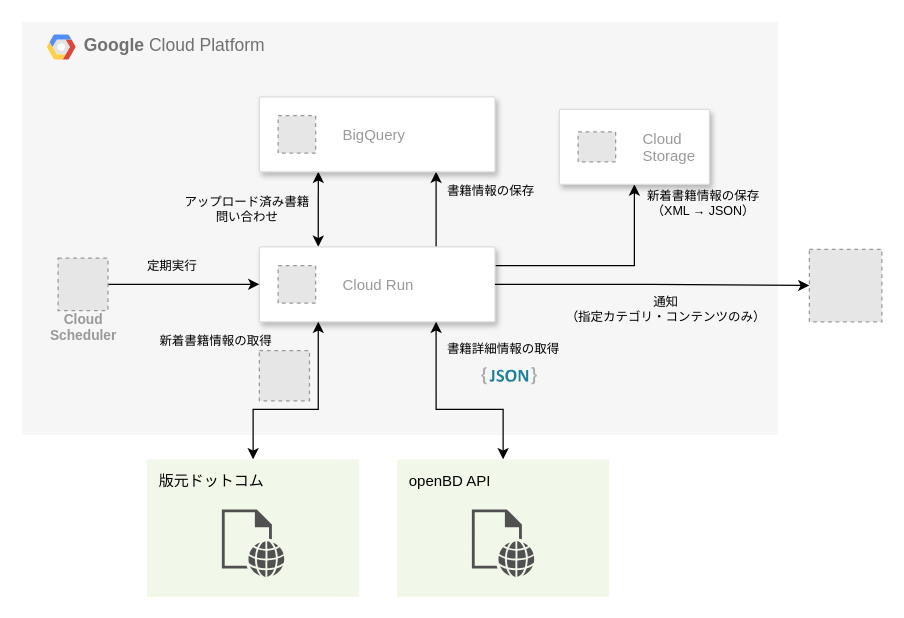
Earlier version of the draw.io diagram img/new-books-notification-architecture.drawio (tatamiya/new-books-notification). Source tidied: cells renumbered, new cells numbered last; positions are measured from the earlier drawing's top-left corner, leaving out a move shared by most shapes. Both pictures are drawn from the tidied source at 125%, with x=0, y=0 at pixel (21, 21). Pictures stored in the file or linked from it are replaced by grey dashed boxes.
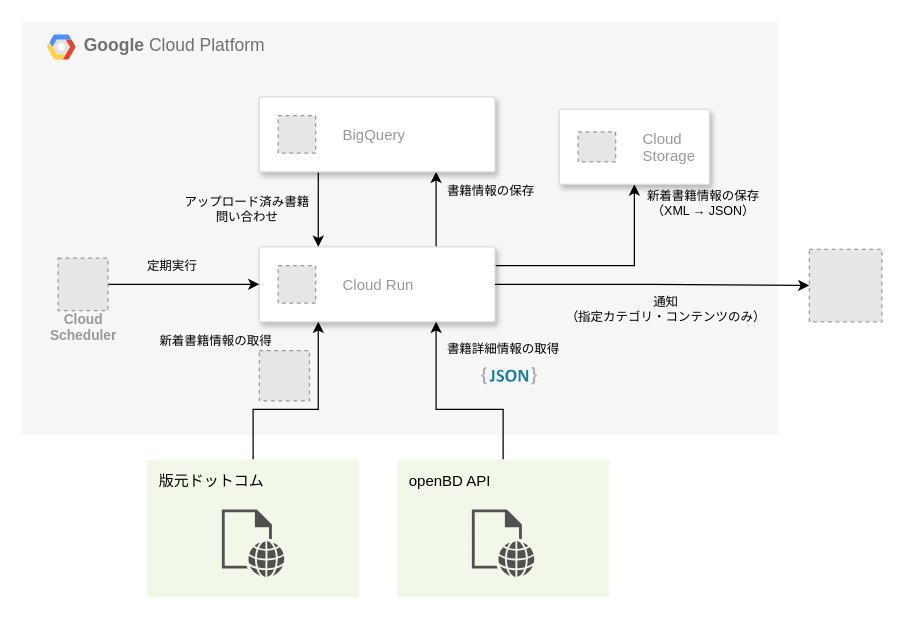
Above is the later version.

Commit message:
modify arrow direction

Unchanged cells that the change refers to:
```xml
<mxCell id="2" value="&lt;b&gt;Google &lt;/b&gt;Cloud Platform" style="fillColor=#F6F6F6;strokeColor=none;shadow=0;gradientColor=none;fontSize=14;align=left;spacing=10;fontColor=#717171;9E9E9E;verticalAlign=top;spacingTop=-4;fontStyle=0;spacingLeft=40;html=1;" parent="1" vertex="1">
  <mxGeometry width="605" height="330.5" as="geometry" />
</mxCell>
<mxCell id="7" style="strokeColor=#dddddd;shadow=1;strokeWidth=1;rounded=1;absoluteArcSize=1;arcSize=2;" parent="2" vertex="1">
  <mxGeometry x="190" y="180" width="188.5" height="59.9" as="geometry" />
</mxCell>
<mxCell id="11" style="strokeColor=#dddddd;shadow=1;strokeWidth=1;rounded=1;absoluteArcSize=1;arcSize=2;" parent="2" vertex="1">
  <mxGeometry x="190" y="60" width="188.5" height="59.9" as="geometry" />
</mxCell>
<mxCell id="24" value="&lt;font color=&quot;#000000&quot;&gt;版元ドットコム&lt;/font&gt;" style="rounded=1;absoluteArcSize=1;arcSize=2;html=1;strokeColor=none;gradientColor=none;shadow=0;dashed=0;fontSize=12;fontColor=#9E9E9E;align=left;verticalAlign=top;spacing=10;spacingTop=-4;fillColor=#F1F8E9;" parent="1" vertex="1">
  <mxGeometry x="100" y="350" width="170" height="110" as="geometry" />
</mxCell>
<mxCell id="28" value="&lt;font color=&quot;#000000&quot;&gt;openBD API&lt;/font&gt;" style="rounded=1;absoluteArcSize=1;arcSize=2;html=1;strokeColor=none;gradientColor=none;shadow=0;dashed=0;fontSize=12;fontColor=#9E9E9E;align=left;verticalAlign=top;spacing=10;spacingTop=-4;fillColor=#F1F8E9;" parent="1" vertex="1">
  <mxGeometry x="300" y="350" width="170" height="110" as="geometry" />
</mxCell>
```

The edit, as a diff of the source:
```diff
@@
-    <mxCell id="4" style="edgeStyle=orthogonalEdgeStyle;rounded=0;jettySize=auto;html=1;exitX=0.25;exitY=0;exitDx=0;exitDy=0;entryX=0.25;entryY=1;entryDx=0;entryDy=0;startArrow=classic;startFill=1;" parent="2" edge="1" source="7" target="11">
-      <mxGeometry relative="1" as="geometry" />
-    </mxCell>
@@
+    <mxCell id="32" style="edgeStyle=orthogonalEdgeStyle;rounded=0;jettySize=auto;html=1;exitX=0.25;exitY=1;exitDx=0;exitDy=0;entryX=0.25;entryY=0;entryDx=0;entryDy=0;fontColor=#000000;startArrow=none;startFill=0;" parent="2" edge="1" source="11" target="7">
+      <mxGeometry relative="1" as="geometry" />
+    </mxCell>
@@
+    <mxCell id="33" style="edgeStyle=orthogonalEdgeStyle;rounded=0;jettySize=auto;html=1;entryX=0.25;entryY=1;entryDx=0;entryDy=0;fontColor=#000000;startArrow=none;startFill=0;" parent="1" edge="1" source="24" target="7">
+      <mxGeometry relative="1" as="geometry">
+        <Array as="points">
+          <mxPoint x="185" y="310" />
+          <mxPoint x="237" y="310" />
+        </Array>
+      </mxGeometry>
+    </mxCell>
@@
-    <mxCell id="27" style="edgeStyle=orthogonalEdgeStyle;rounded=0;jettySize=auto;html=1;entryX=0.75;entryY=1;entryDx=0;entryDy=0;startArrow=classic;startFill=1;" parent="1" edge="1" source="28" target="7">
+    <mxCell id="27" style="edgeStyle=orthogonalEdgeStyle;rounded=0;jettySize=auto;html=1;entryX=0.75;entryY=1;entryDx=0;entryDy=0;startArrow=none;startFill=0;" parent="1" edge="1" source="28" target="7">
       <mxGeometry relative="1" as="geometry">
         <Array as="points">
           <mxPoint x="385" y="310" />
           <mxPoint x="331" y="310" />
         </Array>
       </mxGeometry>
     </mxCell>
@@
-    <mxCell id="29" style="edgeStyle=orthogonalEdgeStyle;rounded=0;jettySize=auto;html=1;exitX=0.25;exitY=1;exitDx=0;exitDy=0;entryX=0.5;entryY=0;entryDx=0;entryDy=0;startArrow=classic;startFill=1;" parent="1" edge="1" source="7" target="24">
-      <mxGeometry relative="1" as="geometry">
-        <Array as="points">
-          <mxPoint x="237" y="310" />
-          <mxPoint x="185" y="310" />
-        </Array>
-      </mxGeometry>
-    </mxCell>
```
